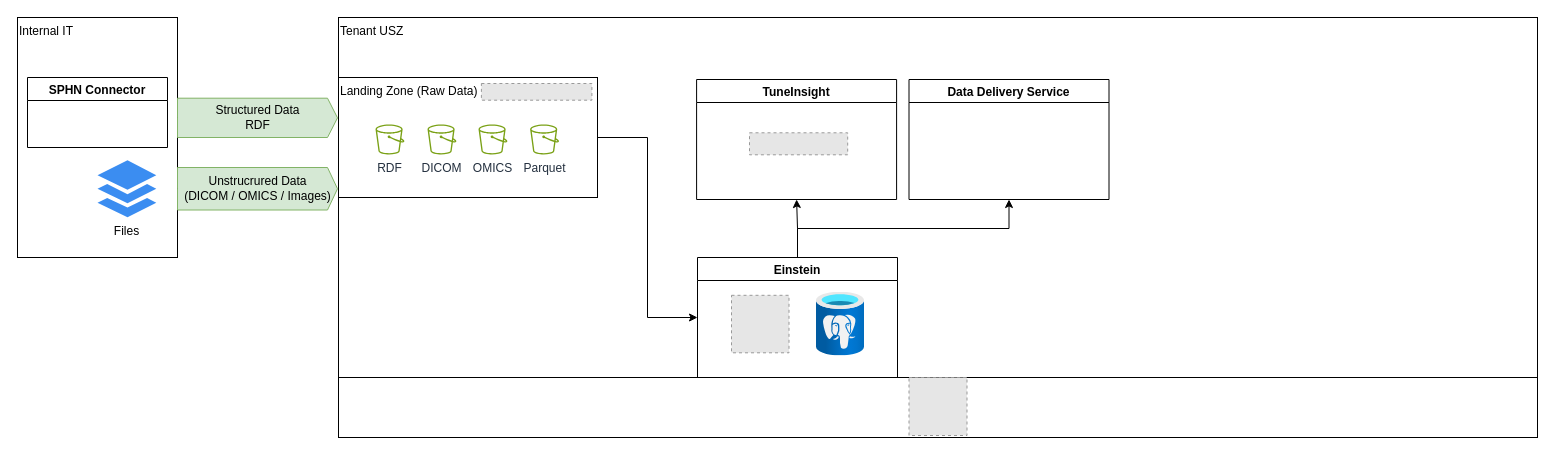
The draw.io diagram BMIP_Detailed_Architecture.drawio in dameyerdave/draw_io, before the edit. Source tidied: cells renumbered, new cells numbered last; positions are measured from the earlier drawing's top-left corner, leaving out a move shared by most shapes. Both pictures are drawn from the tidied source at 100%, with x=0, y=0 at pixel (17, 17). Pictures stored in the file or linked from it are replaced by grey dashed boxes.
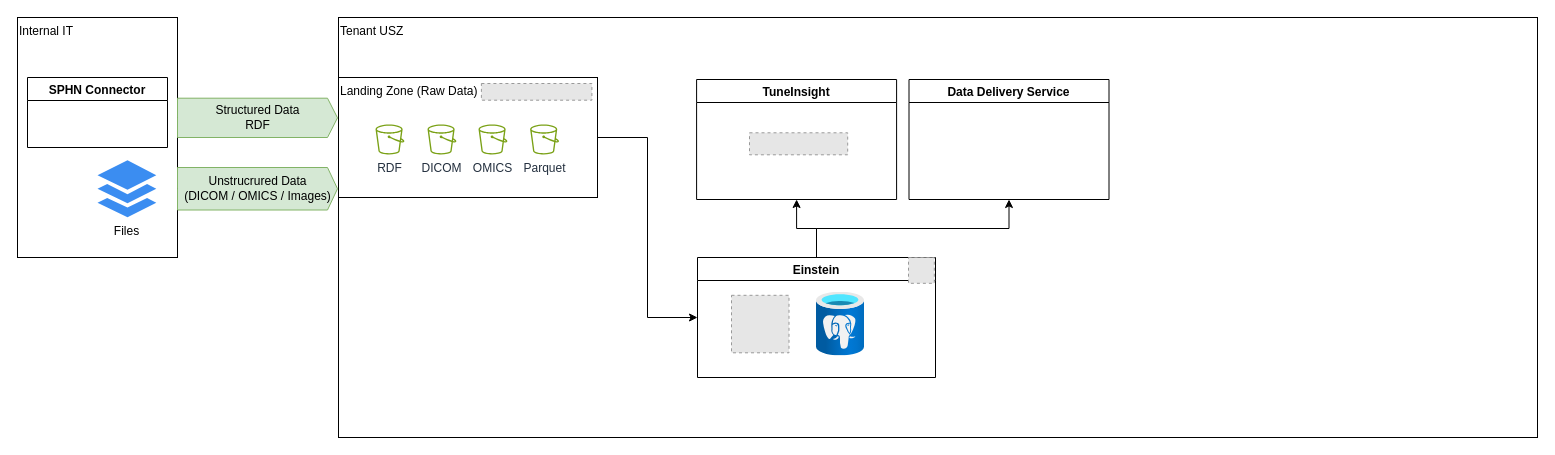
After the change.

Diff of the diagram source:
```diff
@@
-    <mxCell id="3" style="rounded=0;whiteSpace=wrap;html=1;" parent="1" vertex="1">
-      <mxGeometry x="321" y="360" width="1199" height="60" as="geometry" />
-    </mxCell>
@@
-    <mxCell id="5" style="fillColor=#E6E6E6;strokeColor=#999999;dashed=1;html=1;verticalAlign=top;verticalLabelPosition=bottom;labelBackgroundColor=#ffffff;" parent="1" vertex="1">
-      <mxGeometry x="891.5" y="360" width="58" height="58" as="geometry" />
-    </mxCell>
@@
     <mxCell id="9" value="Einstein" style="swimlane;" parent="1" vertex="1">
-      <mxGeometry x="680" y="240" width="200" height="120" as="geometry" />
+      <mxGeometry x="680" y="240" width="238" height="120" as="geometry" />
     </mxCell>
@@
+    <mxCell id="5" style="fillColor=#E6E6E6;strokeColor=#999999;dashed=1;html=1;verticalAlign=top;verticalLabelPosition=bottom;labelBackgroundColor=#ffffff;" parent="9" vertex="1">
+      <mxGeometry x="211" width="25.8" height="25.8" as="geometry" />
+    </mxCell>
```
